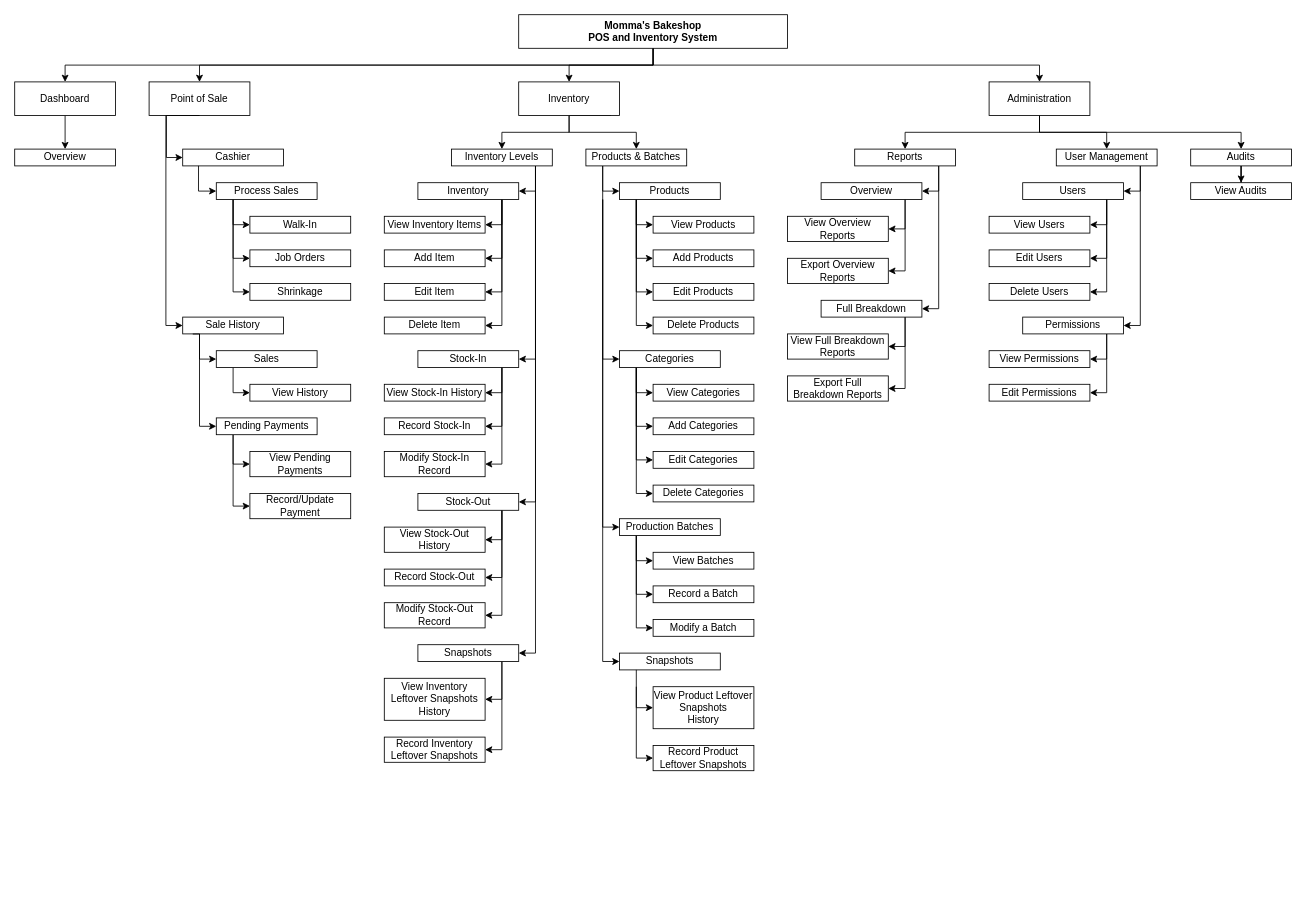
Before: IT12 Final Project System Navigation.drawio in LlanderSei/IT12-Final-Project, a draw.io diagram. Source tidied: cells renumbered, new cells numbered last; positions are measured from the earlier drawing's top-left corner, leaving out a move shared by most shapes. Both pictures are drawn from the tidied source at 84%, with x=0, y=0 at pixel (14, 14).
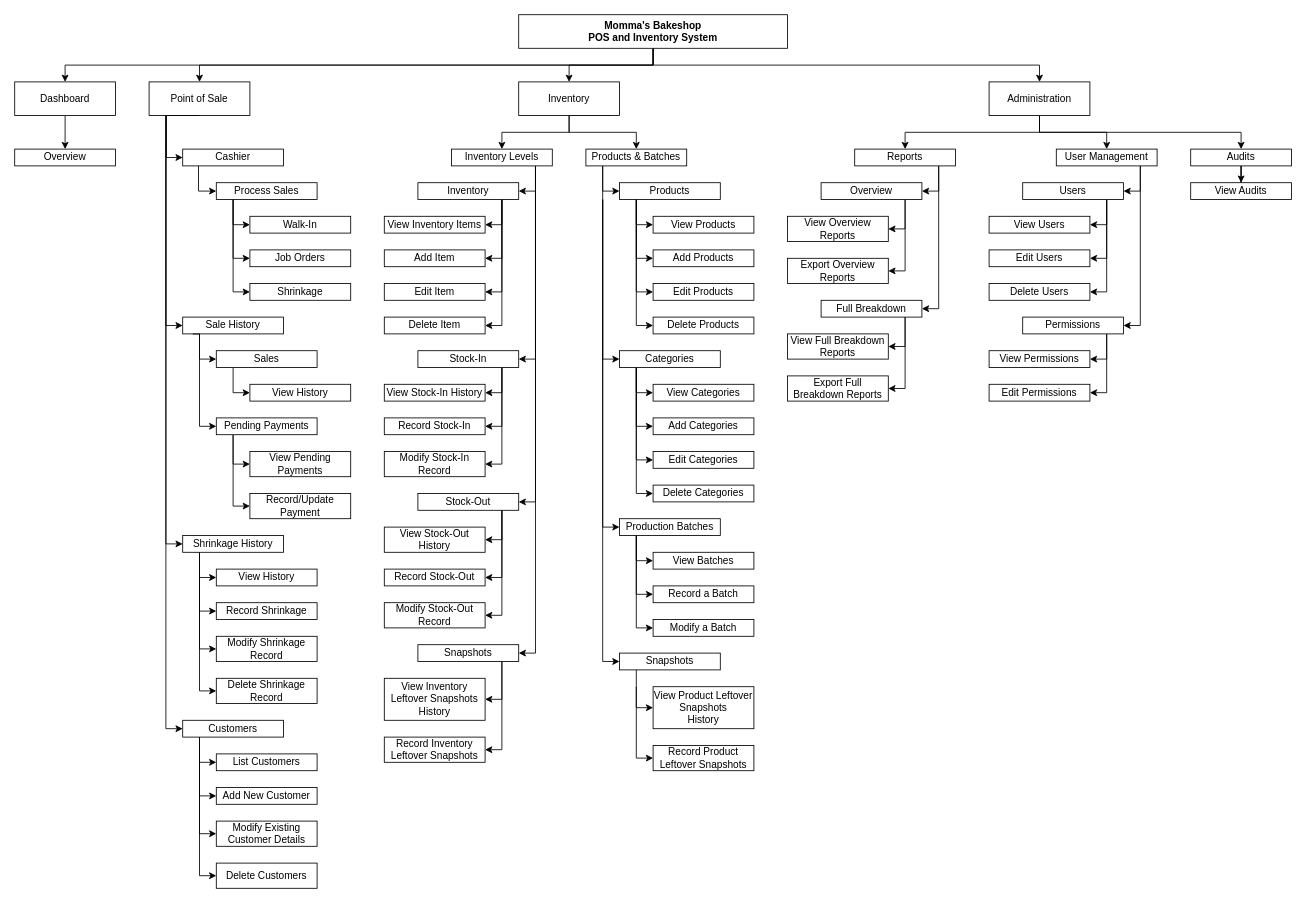
Above is the later version.

Commit message (it also covers changes not shown here):
Add shrinkage & customer management (POS)

The change refers to these unchanged cells:
```xml
<mxCell id="8" value="Point of Sale" style="rounded=0;whiteSpace=wrap;html=1;" parent="1" vertex="1">
  <mxGeometry x="160" y="80" width="120" height="40" as="geometry" />
</mxCell>
```

Diff of the diagram source:
```diff
@@
+    <mxCell id="141" style="edgeStyle=orthogonalEdgeStyle;rounded=0;jettySize=auto;html=1;entryX=0;entryY=0.5;entryDx=0;entryDy=0;" parent="1" edge="1" source="8" target="147">
+      <mxGeometry relative="1" as="geometry">
+        <Array as="points">
+          <mxPoint x="180" y="630" />
+        </Array>
+      </mxGeometry>
+    </mxCell>
+    <mxCell id="142" style="edgeStyle=orthogonalEdgeStyle;rounded=0;jettySize=auto;html=1;entryX=0;entryY=0.5;entryDx=0;entryDy=0;" parent="1" edge="1" source="8" target="156">
+      <mxGeometry relative="1" as="geometry">
+        <Array as="points">
+          <mxPoint x="180" y="850" />
+        </Array>
+      </mxGeometry>
+    </mxCell>
@@
+    <mxCell id="143" style="edgeStyle=orthogonalEdgeStyle;rounded=0;jettySize=auto;html=1;entryX=0;entryY=0.5;entryDx=0;entryDy=0;" parent="1" edge="1" source="147" target="148">
+      <mxGeometry relative="1" as="geometry">
+        <Array as="points">
+          <mxPoint x="220" y="670" />
+        </Array>
+      </mxGeometry>
+    </mxCell>
+    <mxCell id="144" style="edgeStyle=orthogonalEdgeStyle;rounded=0;jettySize=auto;html=1;entryX=0;entryY=0.5;entryDx=0;entryDy=0;" parent="1" edge="1" source="147" target="149">
+      <mxGeometry relative="1" as="geometry">
+        <Array as="points">
+          <mxPoint x="220" y="710" />
+        </Array>
+      </mxGeometry>
+    </mxCell>
+    <mxCell id="145" style="edgeStyle=orthogonalEdgeStyle;rounded=0;jettySize=auto;html=1;entryX=0;entryY=0.5;entryDx=0;entryDy=0;" parent="1" edge="1" source="147" target="150">
+      <mxGeometry relative="1" as="geometry">
+        <Array as="points">
+          <mxPoint x="220" y="755" />
+        </Array>
+      </mxGeometry>
+    </mxCell>
+    <mxCell id="146" style="edgeStyle=orthogonalEdgeStyle;rounded=0;jettySize=auto;html=1;entryX=0;entryY=0.5;entryDx=0;entryDy=0;" parent="1" edge="1" source="147" target="151">
+      <mxGeometry relative="1" as="geometry">
+        <Array as="points">
+          <mxPoint x="220" y="805" />
+        </Array>
+      </mxGeometry>
+    </mxCell>
+    <mxCell id="147" value="Shrinkage History" style="rounded=0;whiteSpace=wrap;html=1;" parent="1" vertex="1">
+      <mxGeometry x="200" y="620" width="120" height="20" as="geometry" />
+    </mxCell>
+    <mxCell id="148" value="View History" style="rounded=0;whiteSpace=wrap;html=1;" parent="1" vertex="1">
+      <mxGeometry x="240" y="660" width="120" height="20" as="geometry" />
+    </mxCell>
+    <mxCell id="149" value="Record Shrinkage" style="rounded=0;whiteSpace=wrap;html=1;" parent="1" vertex="1">
+      <mxGeometry x="240" y="700" width="120" height="20" as="geometry" />
+    </mxCell>
+    <mxCell id="150" value="Modify Shrinkage Record" style="rounded=0;whiteSpace=wrap;html=1;" parent="1" vertex="1">
+      <mxGeometry x="240" y="740" width="120" height="30" as="geometry" />
+    </mxCell>
+    <mxCell id="151" value="Delete Shrinkage Record" style="rounded=0;whiteSpace=wrap;html=1;" parent="1" vertex="1">
+      <mxGeometry x="240" y="790" width="120" height="30" as="geometry" />
+    </mxCell>
+    <mxCell id="152" style="edgeStyle=orthogonalEdgeStyle;rounded=0;jettySize=auto;html=1;entryX=0;entryY=0.5;entryDx=0;entryDy=0;" parent="1" edge="1" source="156" target="157">
+      <mxGeometry relative="1" as="geometry">
+        <Array as="points">
+          <mxPoint x="220" y="890" />
+        </Array>
+      </mxGeometry>
+    </mxCell>
+    <mxCell id="153" style="edgeStyle=orthogonalEdgeStyle;rounded=0;jettySize=auto;html=1;entryX=0;entryY=0.5;entryDx=0;entryDy=0;" parent="1" edge="1" source="156" target="158">
+      <mxGeometry relative="1" as="geometry">
+        <Array as="points">
+          <mxPoint x="220" y="930" />
+        </Array>
+      </mxGeometry>
+    </mxCell>
+    <mxCell id="154" style="edgeStyle=orthogonalEdgeStyle;rounded=0;jettySize=auto;html=1;entryX=0;entryY=0.5;entryDx=0;entryDy=0;" parent="1" edge="1" source="156" target="159">
+      <mxGeometry relative="1" as="geometry">
+        <Array as="points">
+          <mxPoint x="220" y="975" />
+        </Array>
+      </mxGeometry>
+    </mxCell>
+    <mxCell id="155" style="edgeStyle=orthogonalEdgeStyle;rounded=0;jettySize=auto;html=1;entryX=0;entryY=0.5;entryDx=0;entryDy=0;" parent="1" edge="1" source="156" target="160">
+      <mxGeometry relative="1" as="geometry">
+        <Array as="points">
+          <mxPoint x="220" y="1025" />
+        </Array>
+      </mxGeometry>
+    </mxCell>
+    <mxCell id="156" value="Customers" style="rounded=0;whiteSpace=wrap;html=1;" parent="1" vertex="1">
+      <mxGeometry x="200" y="840" width="120" height="20" as="geometry" />
+    </mxCell>
+    <mxCell id="157" value="List Customers" style="rounded=0;whiteSpace=wrap;html=1;" parent="1" vertex="1">
+      <mxGeometry x="240" y="880" width="120" height="20" as="geometry" />
+    </mxCell>
+    <mxCell id="158" value="Add New Customer" style="rounded=0;whiteSpace=wrap;html=1;" parent="1" vertex="1">
+      <mxGeometry x="240" y="920" width="120" height="20" as="geometry" />
+    </mxCell>
+    <mxCell id="159" value="Modify Existing Customer Details" style="rounded=0;whiteSpace=wrap;html=1;" parent="1" vertex="1">
+      <mxGeometry x="240" y="960" width="120" height="30" as="geometry" />
+    </mxCell>
+    <mxCell id="160" value="Delete Customers" style="rounded=0;whiteSpace=wrap;html=1;" parent="1" vertex="1">
+      <mxGeometry x="240" y="1010" width="120" height="30" as="geometry" />
+    </mxCell>
```
